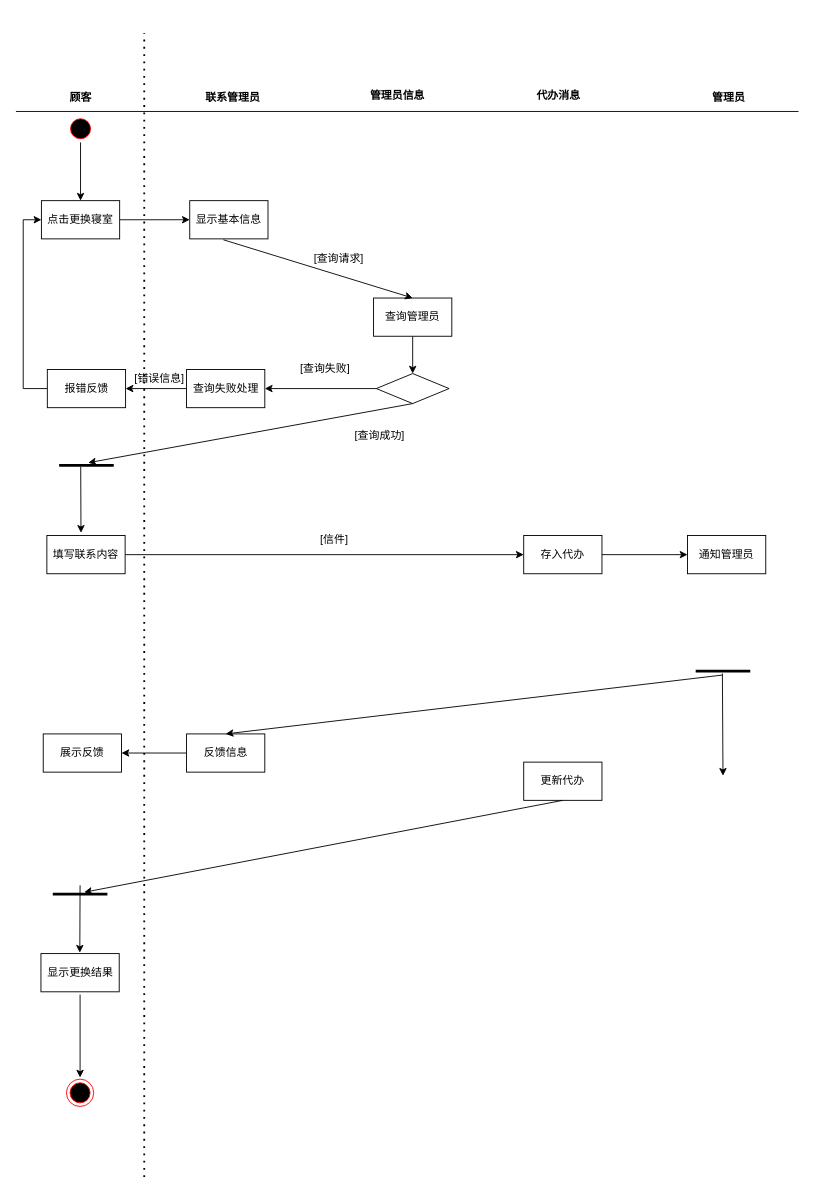
This is 软件工程联系管理员.drawio from ZYNsama666/BackUp, a draw.io file, before an edit. Source tidied: cells renumbered, new cells numbered last; positions are measured from the earlier drawing's top-left corner, leaving out a move shared by most shapes. Both pictures are drawn from the tidied source at 91%, with x=0, y=0 at pixel (15, 33).
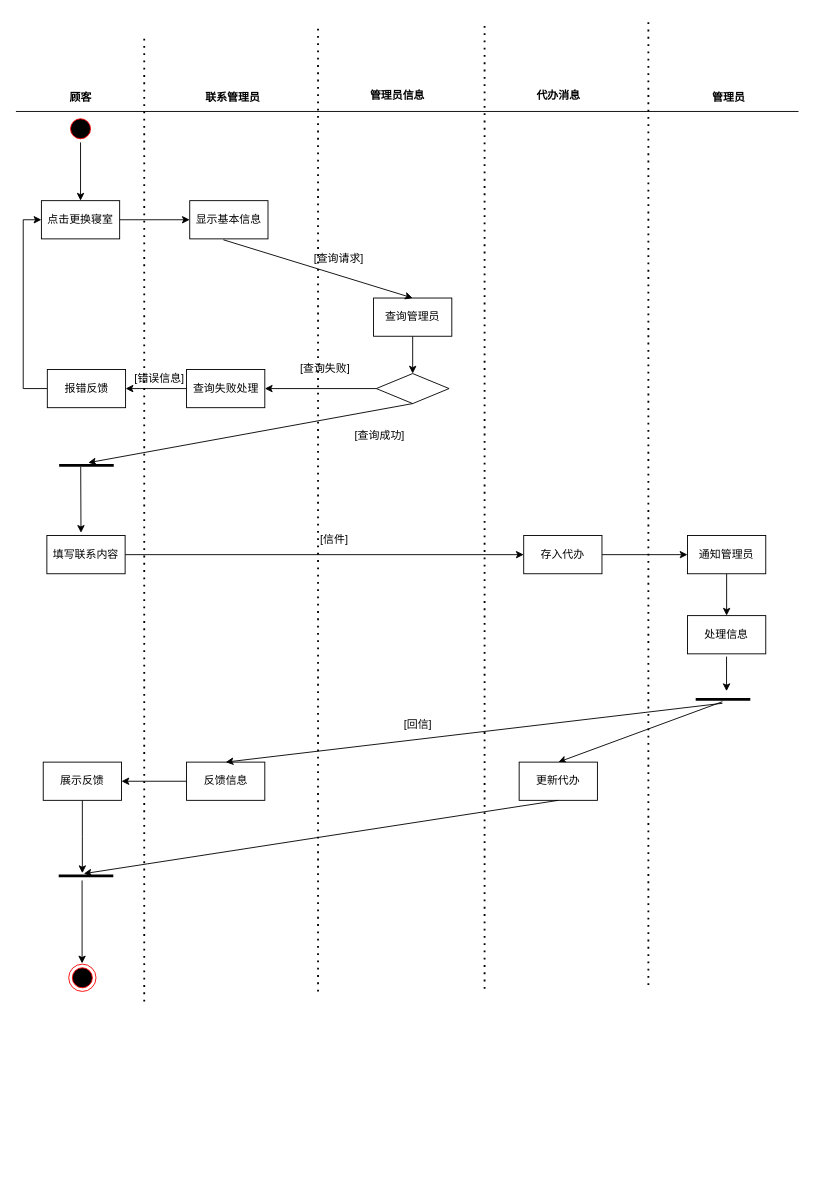
The same diagram, later.

Commit message (it also covers changes not shown here):
更新软件工程联系管理员.drawio

Unchanged cells that the change refers to:
```xml
<mxCell id="46" value="通知管理员" style="html=1;whiteSpace=wrap;" parent="1" vertex="1">
  <mxGeometry x="738" y="552" width="86" height="42" as="geometry" />
</mxCell>
```

The edit, as a diff of the source:
```diff
@@
     <mxCell id="16" style="ellipse;html=1;shape=endState;fillColor=#000000;strokeColor=#ff0000;" parent="1" vertex="1">
-      <mxGeometry x="55.5" y="1149.4" width="30" height="30" as="geometry" />
+      <mxGeometry x="58" y="1023" width="30" height="30" as="geometry" />
     </mxCell>
     <mxCell id="17" style="endArrow=classic;html=1;rounded=0;" parent="1" edge="1">
       <mxGeometry relative="1" as="geometry">
-        <mxPoint x="70.5" y="1056.4" as="sourcePoint" />
-        <mxPoint x="70.5" y="1147.6" as="targetPoint" />
+        <mxPoint x="72.7" y="931" as="sourcePoint" />
+        <mxPoint x="72.7" y="1022.2" as="targetPoint" />
       </mxGeometry>
     </mxCell>
     <mxCell id="18" style="endArrow=none;dashed=1;html=1;dashPattern=1 3;strokeWidth=2;rounded=0;" parent="1" edge="1">
       <mxGeometry relative="1" as="geometry">
-        <mxPoint x="141" y="1257" as="sourcePoint" />
+        <mxPoint x="141" y="1064" as="sourcePoint" />
         <mxPoint x="141" as="targetPoint" />
       </mxGeometry>
     </mxCell>
@@
     <mxCell id="24" value="反馈信息" style="html=1;whiteSpace=wrap;" parent="1" vertex="1">
-      <mxGeometry x="187.5" y="770" width="86" height="42" as="geometry" />
+      <mxGeometry x="187.5" y="801" width="86" height="42" as="geometry" />
     </mxCell>
@@
-    <mxCell id="28" value="显示更换结果" style="html=1;whiteSpace=wrap;" parent="1" vertex="1">
-      <mxGeometry x="27.5" y="1011.4" width="86" height="42" as="geometry" />
-    </mxCell>
@@
     <mxCell id="38" style="line;strokeWidth=3;dashed=0;labelPosition=right;align=left;verticalAlign=middle;spacingTop=0;spacingLeft=6;points=[];portConstraint=eastwest;fontSize=13;" parent="1" vertex="1">
-      <mxGeometry x="747" y="696" width="60" height="10" as="geometry" />
+      <mxGeometry x="747" y="727" width="60" height="10" as="geometry" />
     </mxCell>
@@
     <mxCell id="40" style="line;strokeWidth=3;dashed=0;labelPosition=right;align=left;verticalAlign=middle;spacingTop=0;spacingLeft=6;points=[];portConstraint=eastwest;fontSize=13;" parent="1" vertex="1">
-      <mxGeometry x="40.5" y="941" width="60" height="10" as="geometry" />
+      <mxGeometry x="47" y="921" width="60" height="10" as="geometry" />
     </mxCell>
-    <mxCell id="41" style="endArrow=classic;html=1;rounded=0;" parent="1" edge="1">
-      <mxGeometry relative="1" as="geometry">
-        <mxPoint x="70.5" y="936.4" as="sourcePoint" />
-        <mxPoint x="70.2" y="1010.4" as="targetPoint" />
-      </mxGeometry>
-    </mxCell>
-    <mxCell id="42" style="endArrow=classic;html=1;rounded=0;exitX=0.489;exitY=0.76;exitDx=0;exitDy=0;exitPerimeter=0;entryX=0.5;entryY=0;entryDx=0;entryDy=0;" parent="1" edge="1" source="38">
-      <mxGeometry relative="1" as="geometry">
-        <mxPoint x="777" y="816" as="targetPoint" />
-      </mxGeometry>
+    <mxCell id="42" style="endArrow=classic;html=1;rounded=0;exitX=0.489;exitY=0.76;exitDx=0;exitDy=0;exitPerimeter=0;entryX=0.5;entryY=0;entryDx=0;entryDy=0;" parent="1" edge="1" source="38" target="43">
+      <mxGeometry relative="1" as="geometry" />
     </mxCell>
     <mxCell id="43" value="更新代办" style="html=1;whiteSpace=wrap;" parent="1" vertex="1">
-      <mxGeometry x="558" y="801" width="86" height="42" as="geometry" />
+      <mxGeometry x="553" y="801" width="86" height="42" as="geometry" />
     </mxCell>
-    <mxCell id="44" style="endArrow=classic;html=1;rounded=0;exitX=0.5;exitY=1;exitDx=0;exitDy=0;" parent="1" edge="1" source="43">
-      <mxGeometry relative="1" as="geometry">
-        <mxPoint x="75" y="944" as="targetPoint" />
-      </mxGeometry>
+    <mxCell id="44" style="endArrow=classic;html=1;rounded=0;exitX=0.5;exitY=1;exitDx=0;exitDy=0;entryX=0.459;entryY=0.259;entryDx=0;entryDy=0;entryPerimeter=0;" parent="1" edge="1" source="43" target="40">
+      <mxGeometry relative="1" as="geometry" />
     </mxCell>
@@
+    <mxCell id="49" style="edgeStyle=orthogonalEdgeStyle;rounded=0;jettySize=auto;html=1;" parent="1" edge="1" source="46" target="51">
+      <mxGeometry relative="1" as="geometry" />
+    </mxCell>
@@
+    <mxCell id="50" style="edgeStyle=orthogonalEdgeStyle;rounded=0;jettySize=auto;html=1;" parent="1" edge="1" source="48">
+      <mxGeometry relative="1" as="geometry">
+        <mxPoint x="73" y="923" as="targetPoint" />
+      </mxGeometry>
+    </mxCell>
     <mxCell id="48" value="展示反馈" style="html=1;whiteSpace=wrap;" parent="1" vertex="1">
-      <mxGeometry x="30" y="770" width="86" height="42" as="geometry" />
+      <mxGeometry x="30" y="801" width="86" height="42" as="geometry" />
     </mxCell>
+    <mxCell id="51" value="处理信息" style="html=1;whiteSpace=wrap;" parent="1" vertex="1">
+      <mxGeometry x="738" y="640" width="86" height="42" as="geometry" />
+    </mxCell>
+    <mxCell id="52" style="edgeStyle=orthogonalEdgeStyle;rounded=0;orthogonalLoop=1;jettySize=auto;html=1;" parent="1" edge="1">
+      <mxGeometry relative="1" as="geometry">
+        <mxPoint x="780.9" y="685" as="sourcePoint" />
+        <mxPoint x="780.9" y="723" as="targetPoint" />
+      </mxGeometry>
+    </mxCell>
+    <mxCell id="53" value="[回信]" style="text;html=1;strokeColor=none;fillColor=none;align=center;verticalAlign=middle;whiteSpace=wrap;rounded=0;" parent="1" vertex="1">
+      <mxGeometry x="412" y="745" width="60" height="30" as="geometry" />
+    </mxCell>
+    <mxCell id="54" style="endArrow=none;dashed=1;html=1;dashPattern=1 3;strokeWidth=2;rounded=0;" parent="1" edge="1">
+      <mxGeometry relative="1" as="geometry">
+        <mxPoint x="332" y="1053" as="sourcePoint" />
+        <mxPoint x="332" y="-11" as="targetPoint" />
+      </mxGeometry>
+    </mxCell>
+    <mxCell id="55" style="endArrow=none;dashed=1;html=1;dashPattern=1 3;strokeWidth=2;rounded=0;" parent="1" edge="1">
+      <mxGeometry relative="1" as="geometry">
+        <mxPoint x="515" y="1050" as="sourcePoint" />
+        <mxPoint x="515" y="-14" as="targetPoint" />
+      </mxGeometry>
+    </mxCell>
+    <mxCell id="56" style="endArrow=none;dashed=1;html=1;dashPattern=1 3;strokeWidth=2;rounded=0;" parent="1" edge="1">
+      <mxGeometry relative="1" as="geometry">
+        <mxPoint x="695" y="1046" as="sourcePoint" />
+        <mxPoint x="695" y="-18" as="targetPoint" />
+      </mxGeometry>
+    </mxCell>
```
